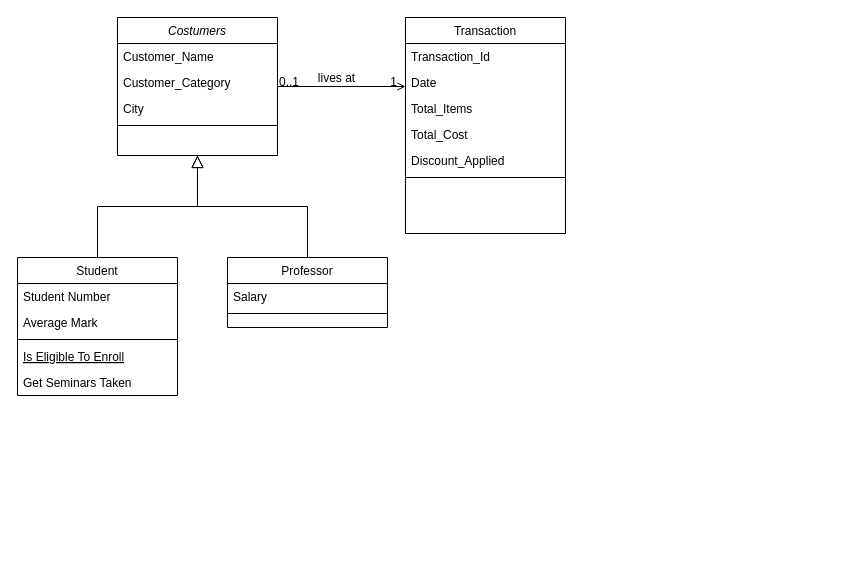
Before: Untitled Diagram.drawio in ticorail/inf4163-p1-equipe3, a draw.io diagram. Source tidied: cells renumbered, new cells numbered last; positions are measured from the earlier drawing's top-left corner, leaving out a move shared by most shapes. Both pictures are drawn from the tidied source at 100%, with x=0, y=0 at pixel (17, 17).
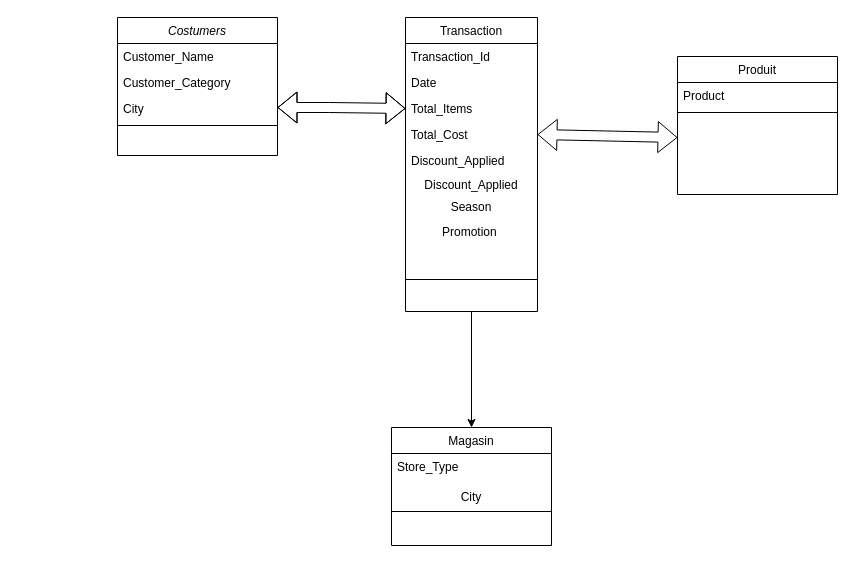
The same diagram, later.

Unchanged cells that the change refers to:
```xml
<mxCell id="2" value="Costumers" style="swimlane;fontStyle=2;align=center;verticalAlign=top;horizontal=1;startSize=26;rounded=0;shadow=0;strokeWidth=1;" parent="1" vertex="1">
  <mxGeometry x="100" width="160" height="138" as="geometry" />
</mxCell>
```

Diff of the diagram source:
```diff
@@
-    <mxCell id="7" value="Student" style="swimlane;fontStyle=0;align=center;verticalAlign=top;horizontal=1;startSize=26;rounded=0;shadow=0;strokeWidth=1;" parent="1" vertex="1">
-      <mxGeometry y="240" width="160" height="138" as="geometry" />
+    <mxCell id="7" value="Produit" style="swimlane;fontStyle=0;align=center;verticalAlign=top;horizontal=1;startSize=26;rounded=0;shadow=0;strokeWidth=1;" parent="1" vertex="1">
+      <mxGeometry x="660" y="39" width="160" height="138" as="geometry" />
     </mxCell>
-    <mxCell id="8" value="Student Number" style="text;align=left;verticalAlign=top;spacingLeft=4;spacingRight=4;overflow=hidden;" parent="7" vertex="1">
-      <mxGeometry y="26" width="160" height="26" as="geometry" />
-    </mxCell>
-    <mxCell id="9" value="Average Mark" style="text;align=left;verticalAlign=top;spacingLeft=4;spacingRight=4;overflow=hidden;rounded=0;shadow=0;html=0;" parent="7" vertex="1">
-      <mxGeometry y="52" width="160" height="26" as="geometry" />
+    <mxCell id="9" value="Product" style="text;align=left;verticalAlign=top;spacingLeft=4;spacingRight=4;overflow=hidden;rounded=0;shadow=0;html=0;" parent="7" vertex="1">
+      <mxGeometry y="26" width="160" height="26" as="geometry" />
     </mxCell>
     <mxCell id="10" style="line;html=1;strokeWidth=1;align=left;verticalAlign=middle;spacingTop=-1;spacingLeft=3;spacingRight=3;labelPosition=right;" parent="7" vertex="1">
-      <mxGeometry y="78" width="160" height="8" as="geometry" />
+      <mxGeometry y="52" width="160" height="8" as="geometry" />
     </mxCell>
-    <mxCell id="11" value="Is Eligible To Enroll" style="text;align=left;verticalAlign=top;spacingLeft=4;spacingRight=4;overflow=hidden;fontStyle=4;" parent="7" vertex="1">
-      <mxGeometry y="86" width="160" height="26" as="geometry" />
-    </mxCell>
-    <mxCell id="12" value="Get Seminars Taken" style="text;align=left;verticalAlign=top;spacingLeft=4;spacingRight=4;overflow=hidden;" parent="7" vertex="1">
-      <mxGeometry y="112" width="160" height="26" as="geometry" />
-    </mxCell>
-    <mxCell id="13" style="endArrow=block;endSize=10;endFill=0;shadow=0;strokeWidth=1;rounded=0;curved=0;edgeStyle=elbowEdgeStyle;elbow=vertical;" parent="1" edge="1" source="7" target="2">
-      <mxGeometry relative="1" as="geometry" />
-    </mxCell>
-    <mxCell id="14" value="Professor" style="swimlane;fontStyle=0;align=center;verticalAlign=top;horizontal=1;startSize=26;rounded=0;shadow=0;strokeWidth=1;" parent="1" vertex="1">
-      <mxGeometry x="210" y="240" width="160" height="70" as="geometry" />
+    <mxCell id="14" value="Magasin" style="swimlane;fontStyle=0;align=center;verticalAlign=top;horizontal=1;startSize=26;rounded=0;shadow=0;strokeWidth=1;" parent="1" vertex="1">
+      <mxGeometry x="374" y="410" width="160" height="118" as="geometry" />
     </mxCell>
-    <mxCell id="15" value="Salary" style="text;align=left;verticalAlign=top;spacingLeft=4;spacingRight=4;overflow=hidden;" parent="14" vertex="1">
-      <mxGeometry y="26" width="160" height="26" as="geometry" />
+    <mxCell id="15" value="Store_Type" style="text;align=left;verticalAlign=top;spacingLeft=4;spacingRight=4;overflow=hidden;" parent="14" vertex="1">
+      <mxGeometry y="26" width="160" height="34" as="geometry" />
     </mxCell>
+    <mxCell id="29" value="City" style="text;strokeColor=none;align=center;fillColor=none;html=1;verticalAlign=middle;whiteSpace=wrap;rounded=0;" parent="14" vertex="1">
+      <mxGeometry y="60" width="160" height="20" as="geometry" />
+    </mxCell>
     <mxCell id="16" style="line;html=1;strokeWidth=1;align=left;verticalAlign=middle;spacingTop=-1;spacingLeft=3;spacingRight=3;labelPosition=right;" parent="14" vertex="1">
-      <mxGeometry y="52" width="160" height="8" as="geometry" />
+      <mxGeometry y="80" width="160" height="8" as="geometry" />
     </mxCell>
-    <mxCell id="17" style="endArrow=block;endSize=10;endFill=0;shadow=0;strokeWidth=1;rounded=0;curved=0;edgeStyle=elbowEdgeStyle;elbow=vertical;" parent="1" edge="1" source="14" target="2">
-      <mxGeometry relative="1" as="geometry" />
-    </mxCell>
     <mxCell id="18" value="Transaction" style="swimlane;fontStyle=0;align=center;verticalAlign=top;horizontal=1;startSize=26;rounded=0;shadow=0;strokeWidth=1;" parent="1" vertex="1">
-      <mxGeometry x="388" width="160" height="216" as="geometry" />
+      <mxGeometry x="388" width="132" height="294" as="geometry" />
     </mxCell>
     <mxCell id="19" value="Transaction_Id" style="text;align=left;verticalAlign=top;spacingLeft=4;spacingRight=4;overflow=hidden;" parent="18" vertex="1">
-      <mxGeometry y="26" width="160" height="26" as="geometry" />
+      <mxGeometry y="26" width="132" height="26" as="geometry" />
     </mxCell>
     <mxCell id="20" value="Date" style="text;align=left;verticalAlign=top;spacingLeft=4;spacingRight=4;overflow=hidden;rounded=0;shadow=0;html=0;" parent="18" vertex="1">
-      <mxGeometry y="52" width="160" height="26" as="geometry" />
+      <mxGeometry y="52" width="132" height="26" as="geometry" />
     </mxCell>
     <mxCell id="21" value="Total_Items" style="text;align=left;verticalAlign=top;spacingLeft=4;spacingRight=4;overflow=hidden;points=[[0,0.5],[1,0.5]];portConstraint=eastwest;rounded=0;shadow=0;html=0;" parent="18" vertex="1">
-      <mxGeometry y="78" width="160" height="26" as="geometry" />
+      <mxGeometry y="78" width="132" height="26" as="geometry" />
     </mxCell>
     <mxCell id="22" value="Total_Cost" style="text;align=left;verticalAlign=top;spacingLeft=4;spacingRight=4;overflow=hidden;points=[[0,0.5],[1,0.5]];portConstraint=eastwest;rounded=0;shadow=0;html=0;" parent="18" vertex="1">
-      <mxGeometry y="104" width="160" height="26" as="geometry" />
+      <mxGeometry y="104" width="132" height="26" as="geometry" />
     </mxCell>
     <mxCell id="23" value="Discount_Applied" style="text;align=left;verticalAlign=top;spacingLeft=4;spacingRight=4;overflow=hidden;rounded=0;shadow=0;html=0;" parent="18" vertex="1">
-      <mxGeometry y="130" width="160" height="26" as="geometry" />
+      <mxGeometry y="130" width="132" height="26" as="geometry" />
     </mxCell>
+    <mxCell id="30" value="Discount_Applied" style="text;strokeColor=none;align=center;fillColor=none;html=1;verticalAlign=middle;whiteSpace=wrap;rounded=0;" parent="18" vertex="1">
+      <mxGeometry y="156" width="132" height="24" as="geometry" />
+    </mxCell>
+    <mxCell id="31" value="Season" style="text;strokeColor=none;align=center;fillColor=none;html=1;verticalAlign=middle;whiteSpace=wrap;rounded=0;" parent="18" vertex="1">
+      <mxGeometry y="180" width="132" height="20" as="geometry" />
+    </mxCell>
+    <mxCell id="32" value="Promotion&amp;nbsp;" style="text;strokeColor=none;align=center;fillColor=none;html=1;verticalAlign=middle;whiteSpace=wrap;rounded=0;" parent="18" vertex="1">
+      <mxGeometry y="200" width="132" height="30" as="geometry" />
+    </mxCell>
     <mxCell id="24" style="line;html=1;strokeWidth=1;align=left;verticalAlign=middle;spacingTop=-1;spacingLeft=3;spacingRight=3;labelPosition=right;" parent="18" vertex="1">
-      <mxGeometry y="156" width="160" height="8" as="geometry" />
+      <mxGeometry y="230" width="132" height="64" as="geometry" />
     </mxCell>
-    <mxCell id="25" style="endArrow=open;shadow=0;strokeWidth=1;rounded=0;curved=0;endFill=1;edgeStyle=elbowEdgeStyle;elbow=vertical;" parent="1" edge="1" source="2" target="18">
-      <mxGeometry x="0.5" y="41" relative="1" as="geometry">
-        <mxPoint x="-40" y="32" as="offset" />
-      </mxGeometry>
-    </mxCell>
-    <mxCell id="26" value="0..1" style="align=left;verticalAlign=bottom;labelBackgroundColor=none;fontSize=12;" parent="25" vertex="1">
-      <mxGeometry x="-1" relative="1" as="geometry">
-        <mxPoint y="4" as="offset" />
-      </mxGeometry>
-    </mxCell>
-    <mxCell id="27" value="1" style="align=right;verticalAlign=bottom;labelBackgroundColor=none;fontSize=12;" parent="25" vertex="1">
-      <mxGeometry x="1" relative="1" as="geometry">
-        <mxPoint x="-7" y="4" as="offset" />
-      </mxGeometry>
-    </mxCell>
-    <mxCell id="28" value="lives at" style="text;html=1;align=center;verticalAlign=middle;labelBackgroundColor=none;rounded=0;shadow=0;strokeWidth=1;fontSize=12;" parent="25" vertex="1">
-      <mxGeometry x="0.5" y="49" relative="1" as="geometry">
-        <mxPoint x="-38" y="40" as="offset" />
-      </mxGeometry>
-    </mxCell>
+    <mxCell id="33" style="edgeStyle=none;jettySize=auto;html=1;rounded=0;entryX=0.5;entryY=0;entryDx=0;entryDy=0;exitX=0.5;exitY=1;exitDx=0;exitDy=0;" parent="1" edge="1" source="18" target="14">
+      <mxGeometry relative="1" as="geometry" />
+    </mxCell>
+    <mxCell id="34" style="shape=flexArrow;endArrow=classic;startArrow=classic;html=1;rounded=0;entryX=0;entryY=0.5;entryDx=0;entryDy=0;" parent="1" edge="1" target="21">
+      <mxGeometry relative="1" as="geometry">
+        <mxPoint x="260" y="90" as="sourcePoint" />
+        <Array as="points">
+          <mxPoint x="312" y="90" />
+        </Array>
+      </mxGeometry>
+    </mxCell>
+    <mxCell id="35" style="shape=flexArrow;endArrow=classic;startArrow=classic;html=1;rounded=0;exitX=1;exitY=0.5;exitDx=0;exitDy=0;" parent="1" edge="1" source="22">
+      <mxGeometry relative="1" as="geometry">
+        <mxPoint x="660" y="120" as="targetPoint" />
+      </mxGeometry>
+    </mxCell>
```
